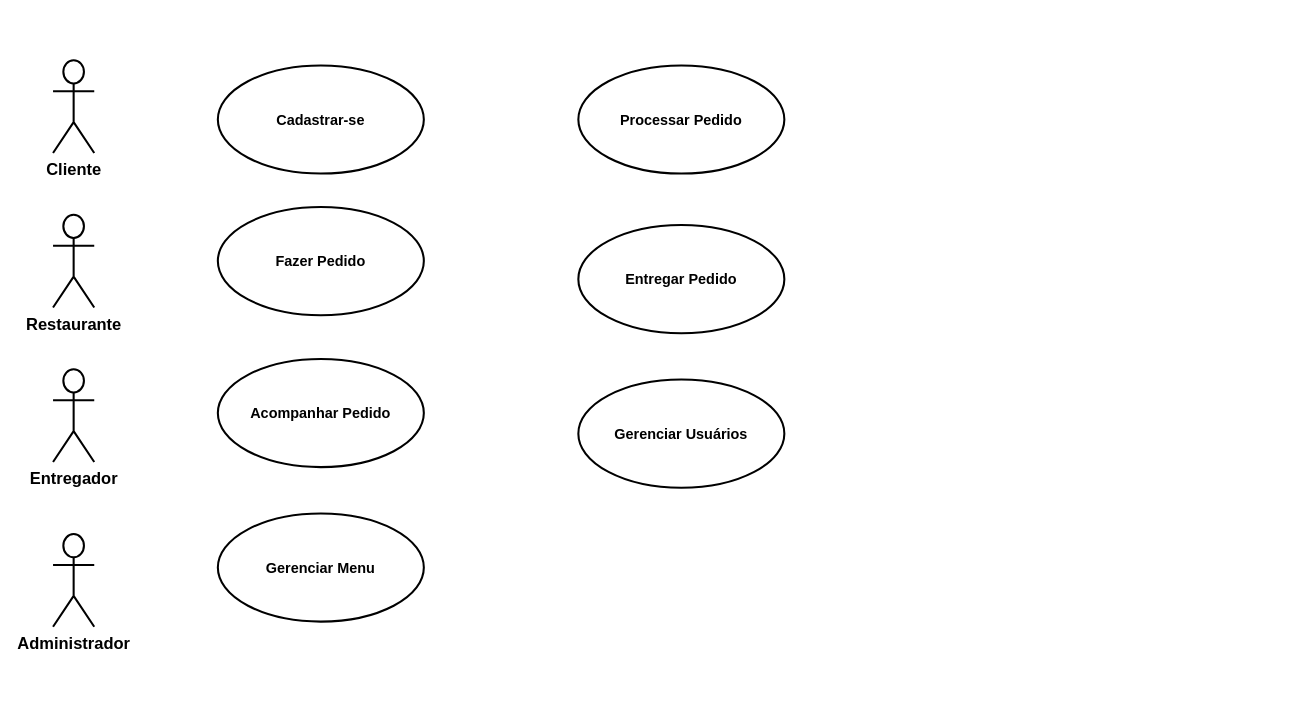
lrlacerda/Logica-de-Programacao-Pratica keeps this draw.io diagram as Diagrama sem nome.drawio. Above is the earlier version. Source tidied: cells renumbered, new cells numbered last; positions are measured from the earlier drawing's top-left corner, leaving out a move shared by most shapes. Both pictures are drawn from the tidied source at 103%, with x=0, y=0 at pixel (53, 60).
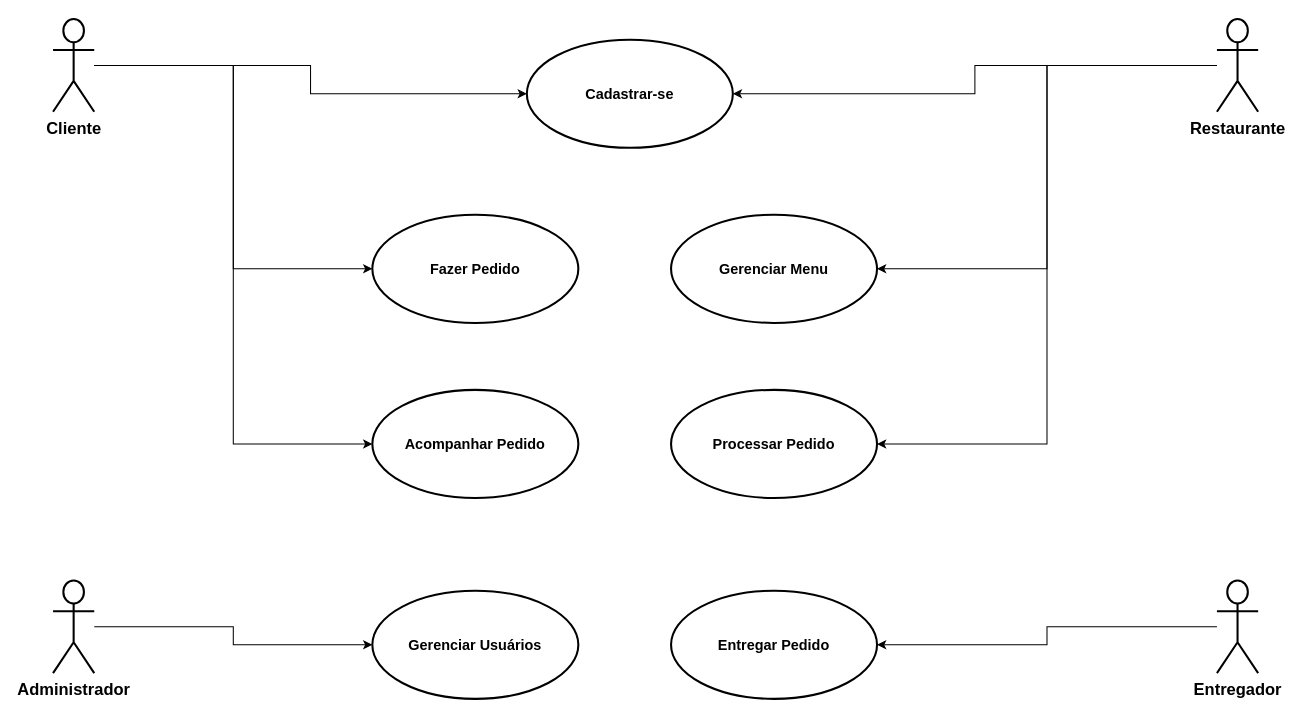
The same diagram, later.

The edit, as a diff of the source:
```diff
@@
+    <mxCell id="13" style="edgeStyle=orthogonalEdgeStyle;rounded=0;jettySize=auto;html=1;entryX=0;entryY=0.5;entryDx=0;entryDy=0;" parent="1" edge="1" source="2" target="6">
+      <mxGeometry relative="1" as="geometry" />
+    </mxCell>
+    <mxCell id="14" style="edgeStyle=orthogonalEdgeStyle;rounded=0;jettySize=auto;html=1;entryX=0;entryY=0.5;entryDx=0;entryDy=0;" parent="1" edge="1" source="2" target="7">
+      <mxGeometry relative="1" as="geometry" />
+    </mxCell>
+    <mxCell id="15" style="edgeStyle=orthogonalEdgeStyle;rounded=0;jettySize=auto;html=1;entryX=0;entryY=0.5;entryDx=0;entryDy=0;" parent="1" edge="1" source="2" target="8">
+      <mxGeometry relative="1" as="geometry" />
+    </mxCell>
     <mxCell id="2" value="&lt;font style=&quot;font-size: 16px;&quot;&gt;&lt;b&gt;Cliente&lt;/b&gt;&lt;/font&gt;" style="shape=umlActor;verticalLabelPosition=bottom;verticalAlign=top;html=1;outlineConnect=0;strokeWidth=2;" parent="1" vertex="1">
-      <mxGeometry width="40" height="90" as="geometry" />
+      <mxGeometry y="-40" width="40" height="90" as="geometry" />
     </mxCell>
+    <mxCell id="16" style="edgeStyle=orthogonalEdgeStyle;rounded=0;jettySize=auto;html=1;entryX=1;entryY=0.5;entryDx=0;entryDy=0;" parent="1" edge="1" source="3" target="6">
+      <mxGeometry relative="1" as="geometry" />
+    </mxCell>
+    <mxCell id="17" style="edgeStyle=orthogonalEdgeStyle;rounded=0;jettySize=auto;html=1;entryX=1;entryY=0.5;entryDx=0;entryDy=0;" parent="1" edge="1" source="3" target="9">
+      <mxGeometry relative="1" as="geometry" />
+    </mxCell>
+    <mxCell id="18" style="edgeStyle=orthogonalEdgeStyle;rounded=0;jettySize=auto;html=1;entryX=1;entryY=0.5;entryDx=0;entryDy=0;" parent="1" edge="1" source="3" target="10">
+      <mxGeometry relative="1" as="geometry" />
+    </mxCell>
     <mxCell id="3" value="&lt;font style=&quot;font-size: 16px;&quot;&gt;&lt;b&gt;Restaurante&lt;/b&gt;&lt;/font&gt;" style="shape=umlActor;verticalLabelPosition=bottom;verticalAlign=top;html=1;outlineConnect=0;strokeWidth=2;" parent="1" vertex="1">
-      <mxGeometry y="150" width="40" height="90" as="geometry" />
+      <mxGeometry x="1130" y="-40" width="40" height="90" as="geometry" />
     </mxCell>
+    <mxCell id="19" style="edgeStyle=orthogonalEdgeStyle;rounded=0;jettySize=auto;html=1;entryX=1;entryY=0.5;entryDx=0;entryDy=0;" parent="1" edge="1" source="4" target="11">
+      <mxGeometry relative="1" as="geometry" />
+    </mxCell>
     <mxCell id="4" value="&lt;font style=&quot;font-size: 16px;&quot;&gt;&lt;b&gt;Entregador&lt;/b&gt;&lt;/font&gt;" style="shape=umlActor;verticalLabelPosition=bottom;verticalAlign=top;html=1;outlineConnect=0;strokeWidth=2;" parent="1" vertex="1">
-      <mxGeometry y="300" width="40" height="90" as="geometry" />
+      <mxGeometry x="1130" y="505" width="40" height="90" as="geometry" />
     </mxCell>
+    <mxCell id="20" style="edgeStyle=orthogonalEdgeStyle;rounded=0;jettySize=auto;html=1;entryX=0;entryY=0.5;entryDx=0;entryDy=0;" parent="1" edge="1" source="5" target="12">
+      <mxGeometry relative="1" as="geometry" />
+    </mxCell>
     <mxCell id="5" value="&lt;font style=&quot;font-size: 16px;&quot;&gt;&lt;b&gt;Administrador&lt;/b&gt;&lt;/font&gt;" style="shape=umlActor;verticalLabelPosition=bottom;verticalAlign=top;html=1;outlineConnect=0;strokeWidth=2;" parent="1" vertex="1">
-      <mxGeometry y="460" width="40" height="90" as="geometry" />
+      <mxGeometry y="505" width="40" height="90" as="geometry" />
     </mxCell>
     <mxCell id="6" value="&lt;font style=&quot;font-size: 14px;&quot;&gt;&lt;b&gt;Cadastrar-se&lt;/b&gt;&lt;/font&gt;" style="ellipse;whiteSpace=wrap;html=1;strokeWidth=2;" parent="1" vertex="1">
-      <mxGeometry x="160" y="5" width="200" height="105" as="geometry" />
+      <mxGeometry x="460" y="-20" width="200" height="105" as="geometry" />
     </mxCell>
     <mxCell id="7" value="&lt;font style=&quot;font-size: 14px;&quot;&gt;&lt;b&gt;Fazer Pedido&lt;/b&gt;&lt;/font&gt;" style="ellipse;whiteSpace=wrap;html=1;strokeWidth=2;" parent="1" vertex="1">
-      <mxGeometry x="160" y="142.5" width="200" height="105" as="geometry" />
+      <mxGeometry x="310" y="150" width="200" height="105" as="geometry" />
     </mxCell>
     <mxCell id="8" value="&lt;font style=&quot;font-size: 14px;&quot;&gt;&lt;b&gt;Acompanhar Pedido&lt;/b&gt;&lt;/font&gt;" style="ellipse;whiteSpace=wrap;html=1;strokeWidth=2;" parent="1" vertex="1">
-      <mxGeometry x="160" y="290" width="200" height="105" as="geometry" />
+      <mxGeometry x="310" y="320" width="200" height="105" as="geometry" />
     </mxCell>
     <mxCell id="9" value="&lt;font style=&quot;font-size: 14px;&quot;&gt;&lt;b&gt;Gerenciar Menu&lt;/b&gt;&lt;/font&gt;" style="ellipse;whiteSpace=wrap;html=1;strokeWidth=2;" parent="1" vertex="1">
-      <mxGeometry x="160" y="440" width="200" height="105" as="geometry" />
+      <mxGeometry x="600" y="150" width="200" height="105" as="geometry" />
     </mxCell>
     <mxCell id="10" value="&lt;b&gt;&lt;font style=&quot;font-size: 14px;&quot;&gt;Processar Pedido&lt;/font&gt;&lt;/b&gt;" style="ellipse;whiteSpace=wrap;html=1;strokeWidth=2;" parent="1" vertex="1">
-      <mxGeometry x="510" y="5" width="200" height="105" as="geometry" />
+      <mxGeometry x="600" y="320" width="200" height="105" as="geometry" />
     </mxCell>
     <mxCell id="11" value="&lt;font style=&quot;font-size: 14px;&quot;&gt;&lt;b&gt;Entregar Pedido&lt;/b&gt;&lt;/font&gt;" style="ellipse;whiteSpace=wrap;html=1;strokeWidth=2;" parent="1" vertex="1">
-      <mxGeometry x="510" y="160" width="200" height="105" as="geometry" />
+      <mxGeometry x="600" y="515" width="200" height="105" as="geometry" />
     </mxCell>
     <mxCell id="12" value="&lt;b&gt;&lt;font style=&quot;font-size: 14px;&quot;&gt;Gerenciar Usuários&lt;/font&gt;&lt;/b&gt;" style="ellipse;whiteSpace=wrap;html=1;strokeWidth=2;" parent="1" vertex="1">
-      <mxGeometry x="510" y="310" width="200" height="105" as="geometry" />
+      <mxGeometry x="310" y="515" width="200" height="105" as="geometry" />
     </mxCell>
```
